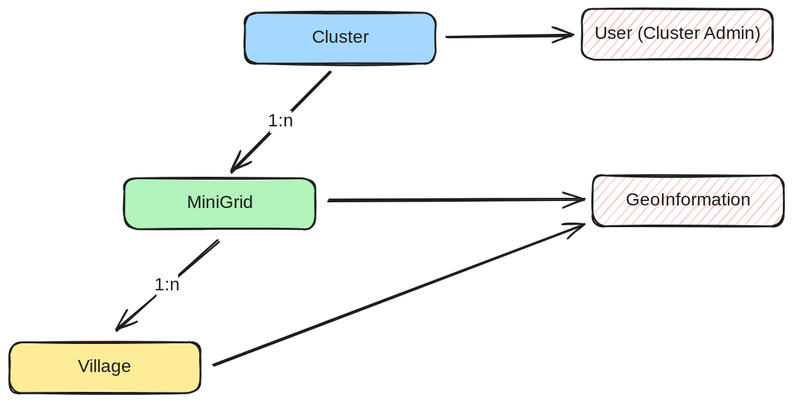
Before: docs/development/images/cluster_minigrid_village.excalidraw.svg, a diagram exported from Excalidraw (EnAccess/micropowermanager). Source tidied: one line per element, renumbered; positions are measured from the earlier drawing's top-left corner, leaving out a move shared by most shapes.
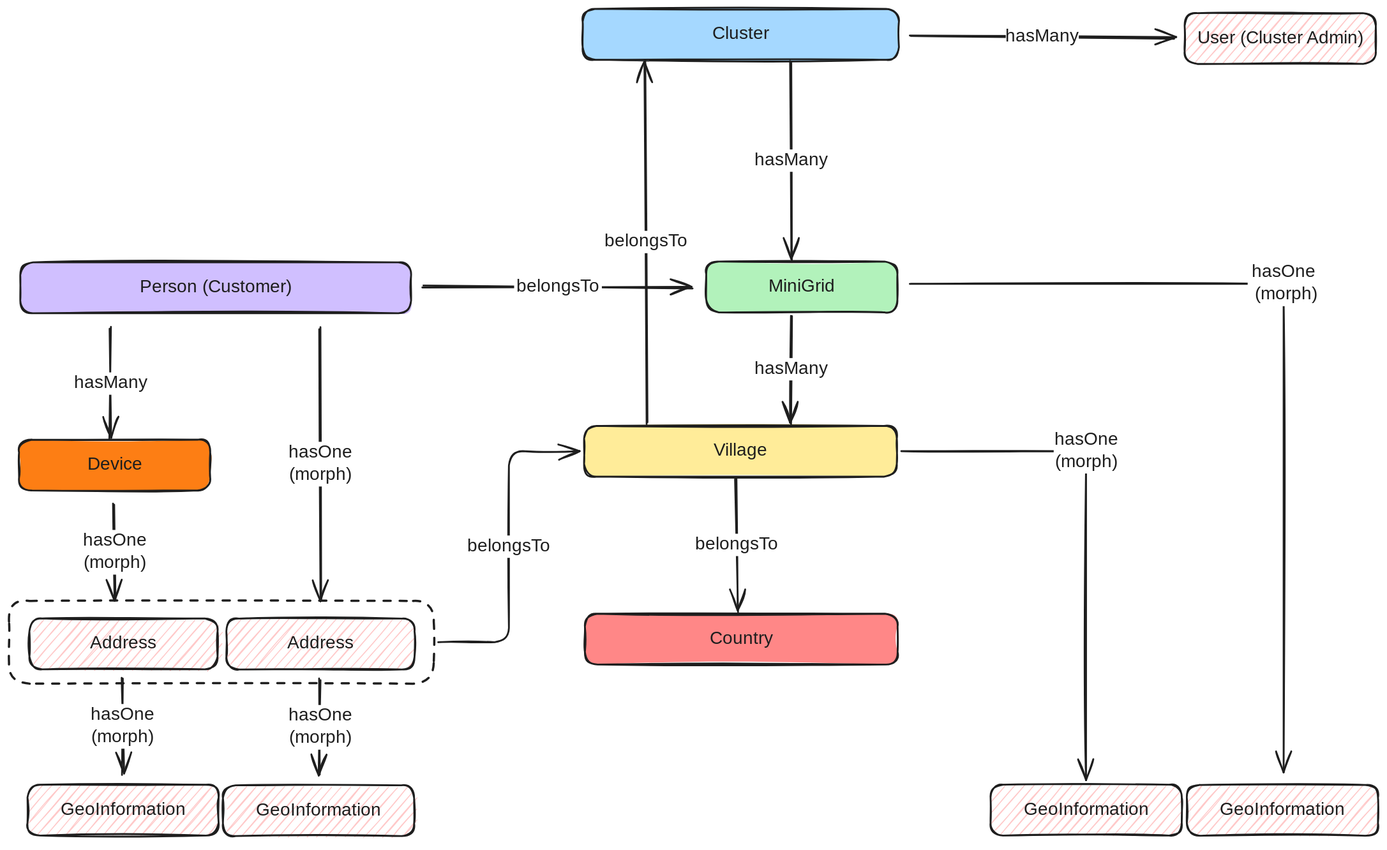
Later version of the same file.

Commit message:
Update Cluster, MiniGrid, Village relation diagram (#1301)

* Update Cluster, MiniGrid, Village relation diagram

* Better align `GeoInformation`

* Switch for better view

* Update

Diff of the diagram source:
```diff
@@ -1,17 +1,55 @@
-{"id": 0, "type": "rectangle", "strokeColor": "#1e1e1e", "backgroundColor": "#a5d8ff", "fillStyle": "solid", "strokeWidth": 2, "roughness": 1, "round": true, "x": 264, "y": 4, "width": 214, "height": 57}
+{"id": 0, "type": "rectangle", "strokeColor": "#1e1e1e", "backgroundColor": "#a5d8ff", "fillStyle": "solid", "strokeWidth": 2, "roughness": 1, "round": true, "x": -11, "y": -94, "width": 354, "height": 57}
-{"id": 1, "type": "text", "text": "Cluster", "strokeColor": "#1e1e1e", "strokeWidth": 2, "roughness": 1, "fontSize": 20, "fontFamily": 5, "textAlign": "center", "verticalAlign": "middle", "inside": 0, "x": 336, "y": 20, "width": 69, "height": 25}
+{"id": 1, "type": "text", "text": "Cluster", "strokeColor": "#1e1e1e", "strokeWidth": 2, "roughness": 1, "fontSize": 20, "fontFamily": 5, "textAlign": "center", "verticalAlign": "middle", "inside": 0, "x": 132, "y": -78, "width": 69, "height": 25}
-{"id": 2, "type": "rectangle", "strokeColor": "#1e1e1e", "backgroundColor": "#b2f2bb", "fillStyle": "solid", "strokeWidth": 2, "roughness": 1, "round": true, "x": 129, "y": 190, "width": 214, "height": 57}
+{"id": 2, "type": "rectangle", "strokeColor": "#1e1e1e", "backgroundColor": "#b2f2bb", "fillStyle": "solid", "strokeWidth": 2, "roughness": 1, "round": true, "x": 128, "y": 188, "width": 214, "height": 57}
-{"id": 3, "type": "text", "text": "MiniGrid", "strokeColor": "#1e1e1e", "strokeWidth": 2, "roughness": 1, "fontSize": 20, "fontFamily": 5, "textAlign": "center", "verticalAlign": "middle", "inside": 2, "x": 197, "y": 206, "width": 77, "height": 25}
+{"id": 3, "type": "text", "text": "MiniGrid", "strokeColor": "#1e1e1e", "strokeWidth": 2, "roughness": 1, "fontSize": 20, "fontFamily": 5, "textAlign": "center", "verticalAlign": "middle", "inside": 2, "x": 196, "y": 204, "width": 77, "height": 25}
-{"id": 4, "type": "rectangle", "strokeColor": "#1e1e1e", "backgroundColor": "#ffec99", "fillStyle": "solid", "strokeWidth": 2, "roughness": 1, "round": true, "x": 0, "y": 373, "width": 214, "height": 57}
+{"id": 4, "type": "rectangle", "strokeColor": "#1e1e1e", "backgroundColor": "#ffec99", "fillStyle": "solid", "strokeWidth": 2, "roughness": 1, "round": true, "x": -9, "y": 372, "width": 350, "height": 57}
-{"id": 5, "type": "text", "text": "Village", "strokeColor": "#1e1e1e", "strokeWidth": 2, "roughness": 1, "fontSize": 20, "fontFamily": 5, "textAlign": "center", "verticalAlign": "middle", "inside": 4, "x": 77, "y": 389, "width": 59, "height": 25}
+{"id": 5, "type": "text", "text": "Village", "strokeColor": "#1e1e1e", "strokeWidth": 2, "roughness": 1, "fontSize": 20, "fontFamily": 5, "textAlign": "center", "verticalAlign": "middle", "inside": 4, "x": 136, "y": 388, "width": 59, "height": 25}
-{"id": 6, "type": "arrow", "strokeColor": "#1e1e1e", "strokeWidth": 2, "roughness": 1, "endArrowhead": "arrow", "round": true, "from": 0, "to": 2, "x": 360, "y": 70, "width": 112, "height": 113, "points": [[0, 0], [-112, 113]]}
+{"id": 6, "type": "arrow", "strokeColor": "#1e1e1e", "strokeWidth": 2, "roughness": 1, "endArrowhead": "arrow", "round": true, "from": 0, "to": 2, "x": 223, "y": -36, "width": 0, "height": 223, "points": [[0, 0], [0, 223]]}
-{"id": 7, "type": "text", "text": "1:n", "strokeColor": "#1e1e1e", "strokeWidth": 2, "roughness": 1, "fontSize": 20, "fontFamily": 5, "textAlign": "center", "verticalAlign": "middle", "inside": 6, "x": 292, "y": 114, "width": 24, "height": 25}
+{"id": 7, "type": "text", "text": "hasMany", "strokeColor": "#1e1e1e", "strokeWidth": 2, "roughness": 1, "fontSize": 20, "fontFamily": 5, "textAlign": "center", "verticalAlign": "middle", "inside": 6, "x": 196, "y": 113, "width": 82, "height": 25}
-{"id": 8, "type": "arrow", "strokeColor": "#1e1e1e", "strokeWidth": 2, "roughness": 1, "endArrowhead": "arrow", "round": true, "from": 2, "to": 4, "x": 234, "y": 260, "width": 115, "height": 101, "points": [[0, 0], [-115, 101]]}
-{"id": 9, "type": "text", "text": "1:n", "strokeColor": "#1e1e1e", "strokeWidth": 2, "roughness": 1, "fontSize": 20, "fontFamily": 5, "textAlign": "center", "verticalAlign": "middle", "inside": 8, "x": 293, "y": 143, "width": 24, "height": 25}
-{"id": 10, "type": "rectangle", "strokeColor": "#1e1e1e", "backgroundColor": "#ffc9c9", "fillStyle": "hachure", "strokeWidth": 2, "roughness": 1, "round": true, "x": 654, "y": 187, "width": 214, "height": 57}
-{"id": 11, "type": "text", "text": "GeoInformation", "strokeColor": "#1e1e1e", "strokeWidth": 2, "roughness": 1, "fontSize": 20, "fontFamily": 5, "textAlign": "center", "verticalAlign": "middle", "inside": 10, "x": 684, "y": 203, "width": 153, "height": 25}
-{"id": 12, "type": "rectangle", "strokeColor": "#1e1e1e", "backgroundColor": "#ffc9c9", "fillStyle": "hachure", "strokeWidth": 2, "roughness": 1, "round": true, "x": 641, "y": 0, "width": 214, "height": 57}
+{"id": 12, "type": "rectangle", "strokeColor": "#1e1e1e", "backgroundColor": "#ffc9c9", "fillStyle": "hachure", "strokeWidth": 2, "roughness": 1, "round": true, "x": 663, "y": -90, "width": 214, "height": 57}
-{"id": 13, "type": "text", "text": "User (Cluster Admin)", "strokeColor": "#1e1e1e", "strokeWidth": 2, "roughness": 1, "fontSize": 20, "fontFamily": 5, "textAlign": "center", "verticalAlign": "middle", "inside": 12, "x": 649, "y": 16, "width": 200, "height": 25}
+{"id": 13, "type": "text", "text": "User (Cluster Admin)", "strokeColor": "#1e1e1e", "strokeWidth": 2, "roughness": 1, "fontSize": 20, "fontFamily": 5, "textAlign": "center", "verticalAlign": "middle", "inside": 12, "x": 670, "y": -74, "width": 200, "height": 25}
-{"id": 14, "type": "arrow", "strokeColor": "#1e1e1e", "backgroundColor": "#ffc9c9", "fillStyle": "hachure", "strokeWidth": 2, "roughness": 1, "endArrowhead": "arrow", "round": true, "from": 0, "to": 12, "x": 490, "y": 31, "width": 141, "height": 1, "points": [[0, 0], [141, -1]]}
+{"id": 14, "type": "arrow", "strokeColor": "#1e1e1e", "backgroundColor": "#ffc9c9", "fillStyle": "hachure", "strokeWidth": 2, "roughness": 1, "endArrowhead": "arrow", "round": true, "from": 0, "to": 12, "x": 355, "y": -65, "width": 296, "height": 3, "points": [[0, 0], [296, 3]]}
+{"id": 17, "type": "text", "text": "hasMany", "strokeColor": "#1e1e1e", "strokeWidth": 2, "roughness": 1, "fontSize": 20, "fontFamily": 5, "textAlign": "center", "verticalAlign": "middle", "inside": 14, "x": 452, "y": 19, "width": 82, "height": 25}
-{"id": 15, "type": "arrow", "strokeColor": "#1e1e1e", "backgroundColor": "#ffc9c9", "fillStyle": "hachure", "strokeWidth": 2, "roughness": 1, "endArrowhead": "arrow", "round": true, "from": 2, "to": 10, "x": 358, "y": 215, "width": 287, "height": 2, "points": [[0, 0], [287, -2]]}
+{"id": 15, "type": "arrow", "strokeColor": "#1e1e1e", "backgroundColor": "#ffc9c9", "fillStyle": "hachure", "strokeWidth": 2, "roughness": 1, "endArrowhead": "arrow", "from": 2, "to": 58, "x": 355, "y": 213, "width": 418, "height": 547, "points": [[0, 0], [418, 0], [418, 547]]}
-{"id": 16, "type": "arrow", "strokeColor": "#1e1e1e", "backgroundColor": "#ffc9c9", "fillStyle": "hachure", "strokeWidth": 2, "roughness": 1, "endArrowhead": "arrow", "round": true, "from": 4, "to": 10, "x": 229, "y": 400, "width": 414, "height": 158, "points": [[0, 0], [414, -158]]}
+{"id": 18, "type": "text", "text": "hasOne\n (morph)", "strokeColor": "#1e1e1e", "strokeWidth": 2, "roughness": 1, "fontSize": 20, "fontFamily": 5, "textAlign": "center", "verticalAlign": "middle", "inside": 15, "x": 733, "y": 188, "width": 80, "height": 50}
+{"id": 19, "type": "arrow", "strokeColor": "#1e1e1e", "strokeWidth": 2, "roughness": 1, "endArrowhead": "arrow", "round": true, "from": 4, "to": 0, "x": 61, "y": 369, "width": 1, "height": 405, "points": [[0, 0], [-1, -405]]}
+{"id": 20, "type": "text", "text": "belongsTo", "strokeColor": "#1e1e1e", "strokeWidth": 2, "roughness": 1, "fontSize": 20, "fontFamily": 5, "textAlign": "center", "verticalAlign": "middle", "inside": 19, "x": 6, "y": 155, "width": 98, "height": 25}
+{"id": 21, "type": "rectangle", "strokeColor": "#1e1e1e", "backgroundColor": "#ff8787", "fillStyle": "solid", "strokeWidth": 2, "roughness": 1, "round": true, "x": -8, "y": 583, "width": 350, "height": 57}
+{"id": 22, "type": "text", "text": "Country", "strokeColor": "#1e1e1e", "strokeWidth": 2, "roughness": 1, "fontSize": 20, "fontFamily": 5, "textAlign": "center", "verticalAlign": "middle", "inside": 21, "x": 129, "y": 599, "width": 76, "height": 25}
+{"id": 23, "type": "arrow", "strokeColor": "#1e1e1e", "strokeWidth": 2, "roughness": 1, "endArrowhead": "arrow", "round": true, "from": 4, "to": 21, "x": 161, "y": 431, "width": 1, "height": 148, "points": [[0, 0], [1, 148]]}
+{"id": 24, "type": "text", "text": "belongsTo", "strokeColor": "#1e1e1e", "strokeWidth": 2, "roughness": 1, "fontSize": 20, "fontFamily": 5, "textAlign": "center", "verticalAlign": "middle", "inside": 23, "x": 113, "y": 492, "width": 98, "height": 25}
+{"id": 25, "type": "rectangle", "strokeColor": "#1e1e1e", "backgroundColor": "#d0bfff", "fillStyle": "solid", "strokeWidth": 2, "roughness": 1, "round": true, "x": -640, "y": 189, "width": 437, "height": 57}
+{"id": 26, "type": "text", "text": "Person (Customer)", "strokeColor": "#1e1e1e", "strokeWidth": 2, "roughness": 1, "fontSize": 20, "fontFamily": 5, "textAlign": "center", "verticalAlign": "middle", "inside": 25, "x": -511, "y": 205, "width": 179, "height": 25}
+{"id": 27, "type": "rectangle", "strokeColor": "#1e1e1e", "backgroundColor": "#fd7e14", "fillStyle": "solid", "strokeWidth": 2, "roughness": 1, "round": true, "x": -641, "y": 388, "width": 214, "height": 57}
+{"id": 28, "type": "text", "text": "Device", "strokeColor": "#1e1e1e", "strokeWidth": 2, "roughness": 1, "fontSize": 20, "fontFamily": 5, "textAlign": "center", "verticalAlign": "middle", "inside": 27, "x": -566, "y": 404, "width": 63, "height": 25}
+{"id": 29, "type": "arrow", "strokeColor": "#1e1e1e", "strokeWidth": 2, "roughness": 1, "endArrowhead": "arrow", "round": true, "to": 27, "x": -538, "y": 262, "width": 1, "height": 125, "points": [[0, 0], [-1, 125]]}
+{"id": 30, "type": "text", "text": "hasMany", "strokeColor": "#1e1e1e", "strokeWidth": 2, "roughness": 1, "fontSize": 20, "fontFamily": 5, "textAlign": "center", "verticalAlign": "middle", "inside": 29, "x": -349, "y": 310, "width": 82, "height": 25}
+{"id": 31, "type": "arrow", "strokeColor": "#1e1e1e", "strokeWidth": 2, "roughness": 1, "endArrowhead": "arrow", "round": true, "from": 25, "to": 2, "x": -189, "y": 216, "width": 302, "height": 2, "points": [[0, 0], [302, 2]]}
+{"id": 32, "type": "text", "text": "belongsTo", "strokeColor": "#1e1e1e", "strokeWidth": 2, "roughness": 1, "fontSize": 20, "fontFamily": 5, "textAlign": "center", "verticalAlign": "middle", "inside": 31, "x": -90, "y": 225, "width": 98, "height": 25}
+{"id": 33, "type": "rectangle", "strokeColor": "#1e1e1e", "backgroundColor": "#ffc9c9", "fillStyle": "hachure", "strokeWidth": 2, "roughness": 1, "round": true, "x": -413, "y": 775, "width": 214, "height": 57}
+{"id": 34, "type": "text", "text": "GeoInformation", "strokeColor": "#1e1e1e", "strokeWidth": 2, "roughness": 1, "fontSize": 20, "fontFamily": 5, "textAlign": "center", "verticalAlign": "middle", "inside": 33, "x": -383, "y": 791, "width": 153, "height": 25}
+{"id": 35, "type": "rectangle", "strokeColor": "#1e1e1e", "backgroundColor": "#ffc9c9", "fillStyle": "hachure", "strokeWidth": 2, "roughness": 1, "round": true, "x": -409, "y": 588, "width": 211, "height": 57}
+{"id": 36, "type": "text", "text": "Address", "strokeColor": "#1e1e1e", "strokeWidth": 2, "roughness": 1, "fontSize": 20, "fontFamily": 5, "textAlign": "center", "verticalAlign": "middle", "inside": 35, "x": -343, "y": 604, "width": 78, "height": 25}
+{"id": 37, "type": "arrow", "strokeColor": "#1e1e1e", "strokeWidth": 2, "roughness": 1, "endArrowhead": "arrow", "round": true, "x": 223, "y": 248, "width": 0, "height": 121, "points": [[0, 0], [0, 121]]}
+{"id": 38, "type": "text", "text": "hasMany", "strokeColor": "#1e1e1e", "strokeWidth": 2, "roughness": 1, "fontSize": 20, "fontFamily": 5, "textAlign": "center", "verticalAlign": "middle", "inside": 37, "x": 106, "y": 290, "width": 82, "height": 25}
+{"id": 39, "type": "arrow", "strokeColor": "#1e1e1e", "strokeWidth": 2, "roughness": 1, "endArrowhead": "arrow", "round": true, "from": 27, "to": 53, "x": -535, "y": 461, "width": 2, "height": 106, "points": [[0, 0], [2, 106]]}
+{"id": 40, "type": "text", "text": "hasOne\n(morph)", "strokeColor": "#1e1e1e", "strokeWidth": 2, "roughness": 1, "fontSize": 20, "fontFamily": 5, "textAlign": "center", "verticalAlign": "middle", "inside": 39, "x": -342, "y": 498, "width": 72, "height": 50}
+{"id": 41, "type": "arrow", "strokeColor": "#1e1e1e", "strokeWidth": 2, "roughness": 1, "endArrowhead": "arrow", "round": true, "x": -304, "y": 656, "width": 0, "height": 107, "points": [[0, 0], [0, 107]]}
+{"id": 42, "type": "text", "text": "hasOne\n(morph)", "strokeColor": "#1e1e1e", "strokeWidth": 2, "roughness": 1, "fontSize": 20, "fontFamily": 5, "textAlign": "center", "verticalAlign": "middle", "inside": 41, "x": -341, "y": 685, "width": 72, "height": 50}
+{"id": 43, "type": "arrow", "strokeColor": "#1e1e1e", "backgroundColor": "#fd7e14", "fillStyle": "solid", "strokeWidth": 2, "roughness": 1, "endArrowhead": "arrow", "from": 4, "x": 346, "y": 401, "width": 207, "height": 368, "points": [[0, 0], [207, 0], [207, 368]]}
+{"id": 44, "type": "text", "text": "hasOne\n(morph)", "strokeColor": "#1e1e1e", "backgroundColor": "#fd7e14", "fillStyle": "solid", "strokeWidth": 2, "roughness": 1, "fontSize": 20, "fontFamily": 5, "textAlign": "center", "verticalAlign": "middle", "inside": 43, "x": 461, "y": 295, "width": 72, "height": 50}
+{"id": 45, "type": "rectangle", "strokeColor": "#1e1e1e", "backgroundColor": "#ffc9c9", "fillStyle": "hachure", "strokeWidth": 2, "roughness": 1, "round": true, "x": -630, "y": 588, "width": 211, "height": 57}
+{"id": 46, "type": "text", "text": "Address", "strokeColor": "#1e1e1e", "strokeWidth": 2, "roughness": 1, "fontSize": 20, "fontFamily": 5, "textAlign": "center", "verticalAlign": "middle", "inside": 45, "x": -563, "y": 604, "width": 78, "height": 25}
+{"id": 47, "type": "arrow", "strokeColor": "#1e1e1e", "strokeWidth": 2, "roughness": 1, "endArrowhead": "arrow", "round": true, "from": 25, "x": -304, "y": 263, "width": 1, "height": 305, "points": [[0, 0], [1, 305]]}
+{"id": 48, "type": "text", "text": "hasOne\n(morph)", "strokeColor": "#1e1e1e", "strokeWidth": 2, "roughness": 1, "fontSize": 20, "fontFamily": 5, "textAlign": "center", "verticalAlign": "middle", "inside": 47, "x": -221, "y": 546, "width": 72, "height": 50}
+{"id": 49, "type": "rectangle", "strokeColor": "#1e1e1e", "backgroundColor": "#ffc9c9", "fillStyle": "hachure", "strokeWidth": 2, "roughness": 1, "round": true, "x": -632, "y": 774, "width": 214, "height": 57}
+{"id": 50, "type": "text", "text": "GeoInformation", "strokeColor": "#1e1e1e", "strokeWidth": 2, "roughness": 1, "fontSize": 20, "fontFamily": 5, "textAlign": "center", "verticalAlign": "middle", "inside": 49, "x": -602, "y": 790, "width": 153, "height": 25}
+{"id": 51, "type": "arrow", "strokeColor": "#1e1e1e", "strokeWidth": 2, "roughness": 1, "endArrowhead": "arrow", "round": true, "x": -525, "y": 655, "width": 0, "height": 107, "points": [[0, 0], [0, 107]]}
+{"id": 52, "type": "text", "text": "hasOne\n(morph)", "strokeColor": "#1e1e1e", "strokeWidth": 2, "roughness": 1, "fontSize": 20, "fontFamily": 5, "textAlign": "center", "verticalAlign": "middle", "inside": 51, "x": -314, "y": 686, "width": 72, "height": 50}
+{"id": 53, "type": "rectangle", "strokeColor": "#1e1e1e", "strokeWidth": 2, "strokeStyle": "dashed", "roughness": 1, "round": true, "x": -653, "y": 568, "width": 475, "height": 93}
+{"id": 54, "type": "arrow", "strokeColor": "#1e1e1e", "strokeWidth": 2, "roughness": 1, "endArrowhead": "arrow", "from": 53, "to": 4, "x": -172, "y": 614, "width": 158, "height": 214, "points": [[0, 0], [79, 0], [79, -214], [158, -214]]}
+{"id": 55, "type": "text", "text": "belongsTo", "strokeColor": "#1e1e1e", "strokeWidth": 2, "roughness": 1, "fontSize": 20, "fontFamily": 5, "textAlign": "center", "verticalAlign": "middle", "inside": 54, "x": -142, "y": 495, "width": 98, "height": 25}
+{"id": 56, "type": "rectangle", "strokeColor": "#1e1e1e", "backgroundColor": "#ffc9c9", "fillStyle": "hachure", "strokeWidth": 2, "roughness": 1, "round": true, "x": 446, "y": 774, "width": 214, "height": 57}
+{"id": 57, "type": "text", "text": "GeoInformation", "strokeColor": "#1e1e1e", "strokeWidth": 2, "roughness": 1, "fontSize": 20, "fontFamily": 5, "textAlign": "center", "verticalAlign": "middle", "inside": 56, "x": 476, "y": 790, "width": 153, "height": 25}
+{"id": 58, "type": "rectangle", "strokeColor": "#1e1e1e", "backgroundColor": "#ffc9c9", "fillStyle": "hachure", "strokeWidth": 2, "roughness": 1, "round": true, "x": 665, "y": 774, "width": 214, "height": 57}
+{"id": 59, "type": "text", "text": "GeoInformation", "strokeColor": "#1e1e1e", "strokeWidth": 2, "roughness": 1, "fontSize": 20, "fontFamily": 5, "textAlign": "center", "verticalAlign": "middle", "inside": 58, "x": 696, "y": 790, "width": 153, "height": 25}
```
